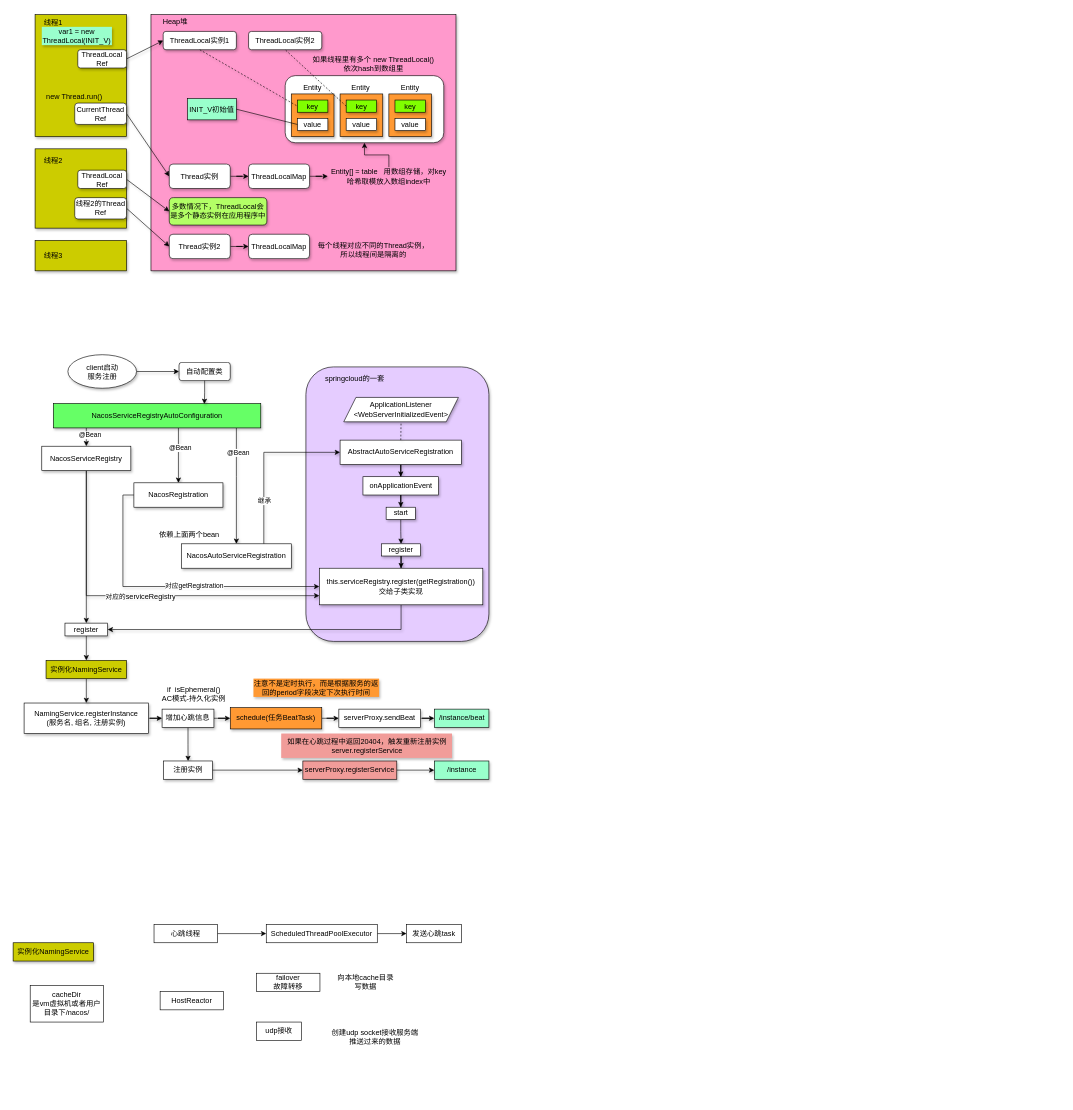
liponn/blog keeps this draw.io diagram as some.drawio. Above is the earlier version. Source tidied: cells renumbered, new cells numbered last; positions are measured from the earlier drawing's top-left corner, leaving out a move shared by most shapes. Both pictures are drawn from the tidied source at 61%, with x=0, y=0 at pixel (13, 13).
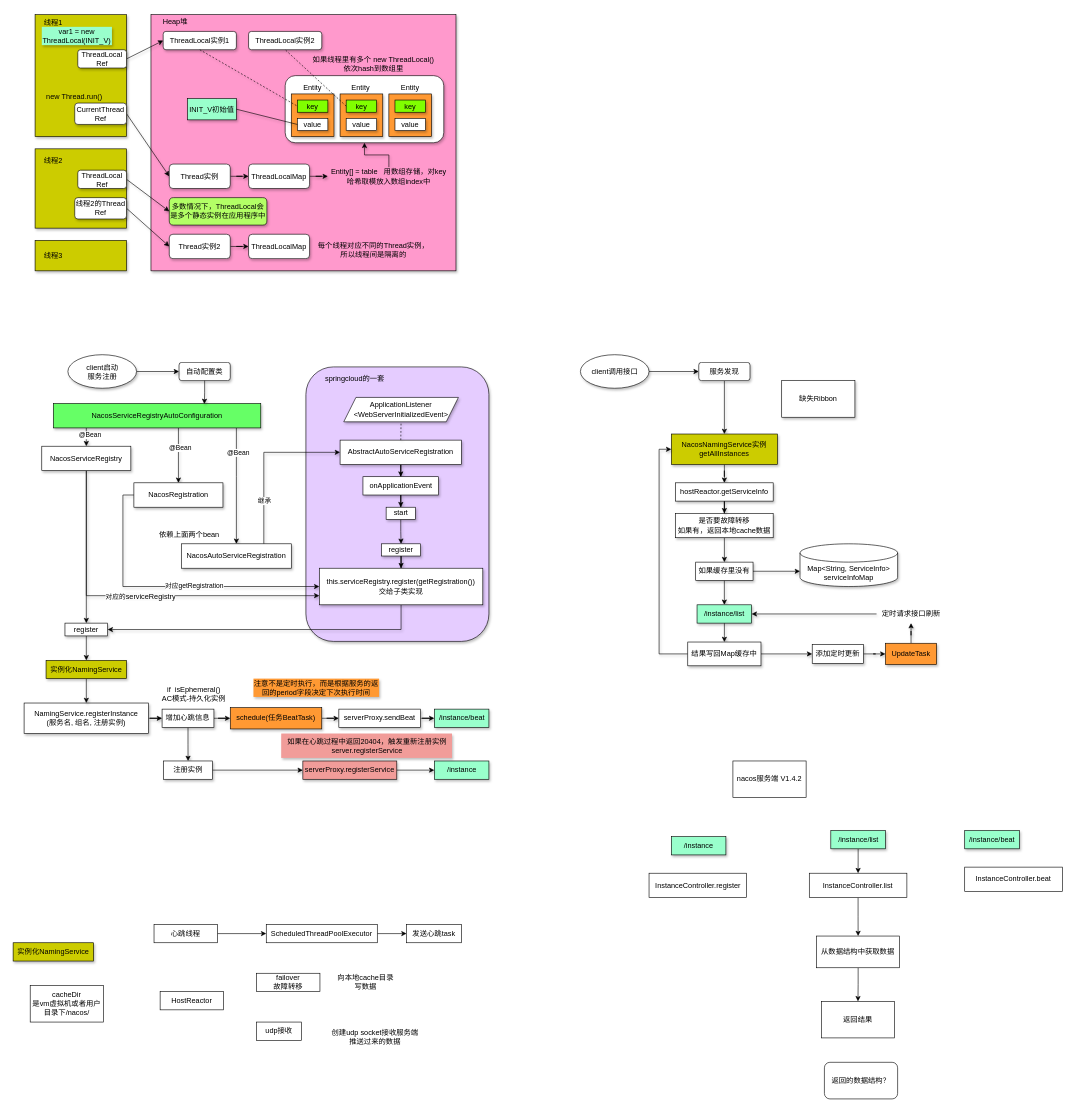
After the change.

What changed in the source:
```diff
@@
+    <mxCell id="121" style="edgeStyle=orthogonalEdgeStyle;rounded=0;jettySize=auto;html=1;entryX=0;entryY=0.5;entryDx=0;entryDy=0;shadow=1;" parent="1" edge="1" source="122" target="124">
+      <mxGeometry relative="1" as="geometry" />
+    </mxCell>
+    <mxCell id="122" value="client调用接口" style="ellipse;whiteSpace=wrap;html=1;shadow=1;" parent="1" vertex="1">
+      <mxGeometry x="930" y="560" width="112.5" height="55" as="geometry" />
+    </mxCell>
+    <mxCell id="123" style="edgeStyle=orthogonalEdgeStyle;rounded=0;jettySize=auto;html=1;entryX=0.5;entryY=0;entryDx=0;entryDy=0;shadow=1;" parent="1" edge="1" source="124" target="126">
+      <mxGeometry relative="1" as="geometry" />
+    </mxCell>
+    <mxCell id="124" value="服务发现" style="rounded=1;whiteSpace=wrap;html=1;shadow=1;" parent="1" vertex="1">
+      <mxGeometry x="1124" y="572.5" width="84" height="30" as="geometry" />
+    </mxCell>
+    <mxCell id="125" style="edgeStyle=orthogonalEdgeStyle;rounded=0;jettySize=auto;html=1;entryX=0.5;entryY=0;entryDx=0;entryDy=0;shadow=1;" parent="1" edge="1" source="126" target="144">
+      <mxGeometry relative="1" as="geometry" />
+    </mxCell>
+    <mxCell id="126" value="&lt;div&gt;NacosNamingService实例&lt;br&gt;&lt;/div&gt;&lt;div&gt;getAllInstances&lt;br&gt;&lt;/div&gt;" style="rounded=0;whiteSpace=wrap;html=1;fillColor=#CCCC00;shadow=1;" parent="1" vertex="1">
+      <mxGeometry x="1079" y="690" width="174" height="50" as="geometry" />
+    </mxCell>
+    <mxCell id="127" style="edgeStyle=orthogonalEdgeStyle;rounded=0;jettySize=auto;html=1;entryX=0.5;entryY=0;entryDx=0;entryDy=0;shadow=1;" parent="1" edge="1" source="128" target="131">
+      <mxGeometry relative="1" as="geometry" />
+    </mxCell>
+    <mxCell id="128" value="是否要故障转移&lt;div&gt;如果有，返回本地cache数据&lt;/div&gt;" style="rounded=0;whiteSpace=wrap;html=1;shadow=1;" parent="1" vertex="1">
+      <mxGeometry x="1086" y="820" width="160" height="40" as="geometry" />
+    </mxCell>
+    <mxCell id="129" value="&lt;div&gt;Map&amp;lt;String, ServiceInfo&amp;gt;&lt;br&gt;&lt;/div&gt;serviceInfoMap" style="shape=cylinder3;whiteSpace=wrap;html=1;boundedLbl=1;backgroundOutline=1;size=15;shadow=1;" parent="1" vertex="1">
+      <mxGeometry x="1290" y="870" width="160" height="70" as="geometry" />
+    </mxCell>
+    <mxCell id="130" style="edgeStyle=orthogonalEdgeStyle;rounded=0;jettySize=auto;html=1;entryX=0.5;entryY=0;entryDx=0;entryDy=0;shadow=1;" parent="1" edge="1" source="131" target="133">
+      <mxGeometry relative="1" as="geometry" />
+    </mxCell>
+    <mxCell id="131" value="如果缓存里没有" style="rounded=0;whiteSpace=wrap;html=1;shadow=1;" parent="1" vertex="1">
+      <mxGeometry x="1119" y="900" width="94" height="30" as="geometry" />
+    </mxCell>
+    <mxCell id="132" style="edgeStyle=orthogonalEdgeStyle;rounded=0;jettySize=auto;html=1;entryX=0.5;entryY=0;entryDx=0;entryDy=0;shadow=1;" parent="1" edge="1" source="133" target="136">
+      <mxGeometry relative="1" as="geometry" />
+    </mxCell>
+    <mxCell id="133" value="/instance/list" style="rounded=0;whiteSpace=wrap;html=1;fillColor=#99FFCC;shadow=1;" parent="1" vertex="1">
+      <mxGeometry x="1121.2" y="970" width="89.5" height="30" as="geometry" />
+    </mxCell>
+    <mxCell id="134" style="edgeStyle=orthogonalEdgeStyle;rounded=0;jettySize=auto;html=1;entryX=0;entryY=0.5;entryDx=0;entryDy=0;shadow=1;" parent="1" edge="1" source="136" target="138">
+      <mxGeometry relative="1" as="geometry" />
+    </mxCell>
+    <mxCell id="135" style="edgeStyle=orthogonalEdgeStyle;rounded=0;jettySize=auto;html=1;entryX=0;entryY=0.5;entryDx=0;entryDy=0;shadow=1;" parent="1" edge="1" source="136" target="126">
+      <mxGeometry relative="1" as="geometry">
+        <Array as="points">
+          <mxPoint x="1059" y="1050" />
+          <mxPoint x="1059" y="715" />
+        </Array>
+      </mxGeometry>
+    </mxCell>
+    <mxCell id="136" value="结果写回Map缓存中" style="rounded=0;whiteSpace=wrap;html=1;shadow=1;" parent="1" vertex="1">
+      <mxGeometry x="1106" y="1031" width="120" height="39" as="geometry" />
+    </mxCell>
+    <mxCell id="137" style="edgeStyle=orthogonalEdgeStyle;rounded=0;jettySize=auto;html=1;entryX=0;entryY=0.5;entryDx=0;entryDy=0;shadow=1;" parent="1" edge="1" source="138" target="140">
+      <mxGeometry relative="1" as="geometry" />
+    </mxCell>
+    <mxCell id="138" value="添加定时更新" style="rounded=0;whiteSpace=wrap;html=1;shadow=1;" parent="1" vertex="1">
+      <mxGeometry x="1310" y="1035" width="84" height="31" as="geometry" />
+    </mxCell>
+    <mxCell id="139" style="edgeStyle=orthogonalEdgeStyle;rounded=0;jettySize=auto;html=1;entryX=0.5;entryY=1;entryDx=0;entryDy=0;shadow=1;" parent="1" edge="1" source="140" target="142">
+      <mxGeometry relative="1" as="geometry" />
+    </mxCell>
+    <mxCell id="140" value="UpdateTask" style="rounded=0;whiteSpace=wrap;html=1;fillColor=#FF9933;shadow=1;" parent="1" vertex="1">
+      <mxGeometry x="1430" y="1033" width="84" height="35" as="geometry" />
+    </mxCell>
+    <mxCell id="141" style="edgeStyle=orthogonalEdgeStyle;rounded=0;jettySize=auto;html=1;entryX=1;entryY=0.5;entryDx=0;entryDy=0;shadow=1;" parent="1" edge="1" source="142" target="133">
+      <mxGeometry relative="1" as="geometry" />
+    </mxCell>
+    <mxCell id="142" value="定时请求接口刷新" style="text;html=1;align=center;verticalAlign=middle;whiteSpace=wrap;rounded=0;shadow=1;" parent="1" vertex="1">
+      <mxGeometry x="1415.5" y="970" width="113" height="30" as="geometry" />
+    </mxCell>
+    <mxCell id="143" style="edgeStyle=orthogonalEdgeStyle;rounded=0;jettySize=auto;html=1;entryX=0.5;entryY=0;entryDx=0;entryDy=0;shadow=1;" parent="1" edge="1" source="144" target="128">
+      <mxGeometry relative="1" as="geometry" />
+    </mxCell>
+    <mxCell id="144" value="&lt;div&gt;hostReactor.getServiceInfo&lt;br&gt;&lt;/div&gt;" style="rounded=0;whiteSpace=wrap;html=1;shadow=1;" parent="1" vertex="1">
+      <mxGeometry x="1086" y="770" width="160" height="30" as="geometry" />
+    </mxCell>
+    <mxCell id="145" style="edgeStyle=orthogonalEdgeStyle;rounded=0;jettySize=auto;html=1;entryX=0;entryY=0;entryDx=0;entryDy=45;entryPerimeter=0;shadow=1;" parent="1" edge="1" source="131" target="129">
+      <mxGeometry relative="1" as="geometry" />
+    </mxCell>
+    <mxCell id="146" value="缺失Ribbon" style="rounded=0;whiteSpace=wrap;html=1;shadow=1;" parent="1" vertex="1">
+      <mxGeometry x="1260" y="602.5" width="120" height="60" as="geometry" />
+    </mxCell>
+    <mxCell id="147" value="nacos服务端 V1.4.2" style="rounded=0;whiteSpace=wrap;html=1;" parent="1" vertex="1">
+      <mxGeometry x="1180" y="1226" width="120" height="60" as="geometry" />
+    </mxCell>
+    <mxCell id="148" style="edgeStyle=orthogonalEdgeStyle;rounded=0;jettySize=auto;html=1;entryX=0.5;entryY=0;entryDx=0;entryDy=0;" parent="1" edge="1" source="149" target="154">
+      <mxGeometry relative="1" as="geometry" />
+    </mxCell>
+    <mxCell id="149" value="/instance/list" style="rounded=0;whiteSpace=wrap;html=1;fillColor=#99FFCC;shadow=1;" parent="1" vertex="1">
+      <mxGeometry x="1340.5" y="1340" width="89.5" height="30" as="geometry" />
+    </mxCell>
+    <mxCell id="150" value="/instance/beat" style="rounded=0;whiteSpace=wrap;html=1;fillColor=#99FFCC;shadow=1;" parent="1" vertex="1">
+      <mxGeometry x="1560" y="1340" width="89.5" height="30" as="geometry" />
+    </mxCell>
+    <mxCell id="151" value="/instance" style="rounded=0;whiteSpace=wrap;html=1;fillColor=#99FFCC;shadow=1;" parent="1" vertex="1">
+      <mxGeometry x="1079" y="1350" width="89.5" height="30" as="geometry" />
+    </mxCell>
+    <mxCell id="152" value="InstanceController.register" style="rounded=0;whiteSpace=wrap;html=1;" parent="1" vertex="1">
+      <mxGeometry x="1042.5" y="1410" width="160" height="40" as="geometry" />
+    </mxCell>
+    <mxCell id="153" style="edgeStyle=orthogonalEdgeStyle;rounded=0;jettySize=auto;html=1;entryX=0.5;entryY=0;entryDx=0;entryDy=0;" parent="1" edge="1" source="154" target="157">
+      <mxGeometry relative="1" as="geometry" />
+    </mxCell>
+    <mxCell id="154" value="InstanceController.list" style="rounded=0;whiteSpace=wrap;html=1;" parent="1" vertex="1">
+      <mxGeometry x="1305.2" y="1410" width="160" height="40" as="geometry" />
+    </mxCell>
+    <mxCell id="155" value="InstanceController.beat" style="rounded=0;whiteSpace=wrap;html=1;" parent="1" vertex="1">
+      <mxGeometry x="1560" y="1400" width="160" height="40" as="geometry" />
+    </mxCell>
+    <mxCell id="156" style="edgeStyle=orthogonalEdgeStyle;rounded=0;jettySize=auto;html=1;entryX=0.5;entryY=0;entryDx=0;entryDy=0;" parent="1" edge="1" source="157" target="158">
+      <mxGeometry relative="1" as="geometry" />
+    </mxCell>
+    <mxCell id="157" value="从数据结构中获取数据" style="rounded=0;whiteSpace=wrap;html=1;" parent="1" vertex="1">
+      <mxGeometry x="1317.3" y="1513" width="135.9" height="52" as="geometry" />
+    </mxCell>
+    <mxCell id="158" value="返回结果" style="rounded=0;whiteSpace=wrap;html=1;" parent="1" vertex="1">
+      <mxGeometry x="1325" y="1620" width="120" height="60" as="geometry" />
+    </mxCell>
+    <mxCell id="159" value="返回的数据结构？" style="rounded=1;whiteSpace=wrap;html=1;" parent="1" vertex="1">
+      <mxGeometry x="1330" y="1720" width="120" height="60" as="geometry" />
+    </mxCell>
```
